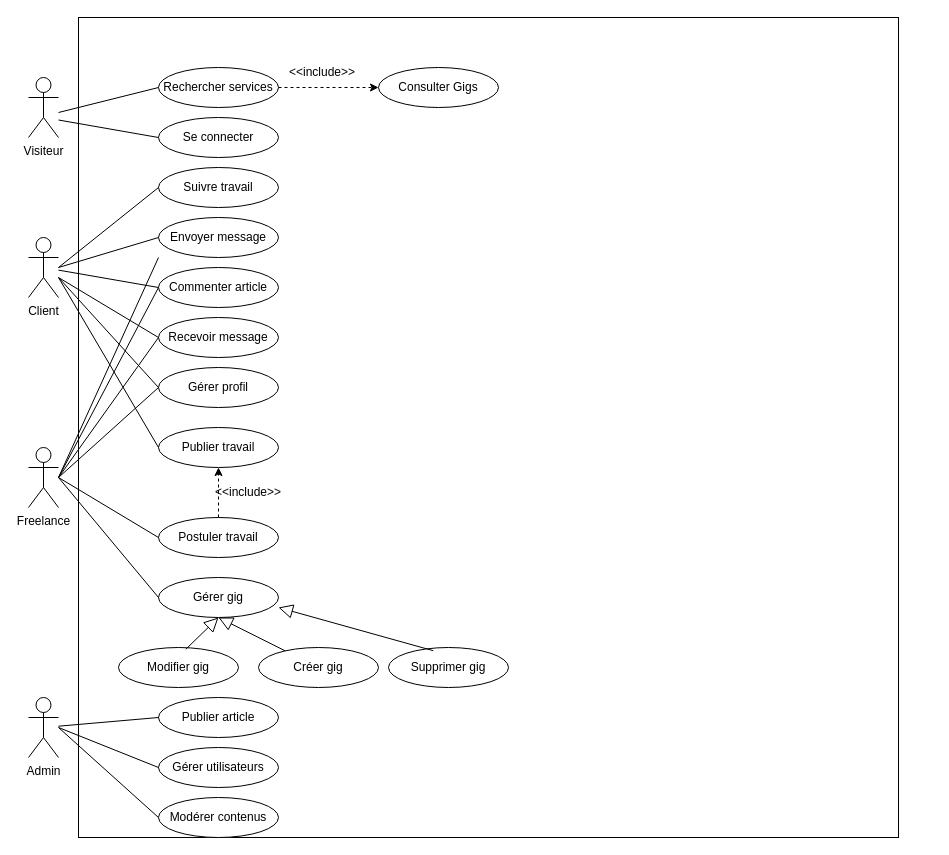
yassigh/app-e-commerce keeps this draw.io diagram as Diagramme sans nom.drawio. Above is the earlier version. Source tidied: cells renumbered, new cells numbered last; positions are measured from the earlier drawing's top-left corner, leaving out a move shared by most shapes. Both pictures are drawn from the tidied source at 100%, with x=0, y=0 at pixel (28, 17).
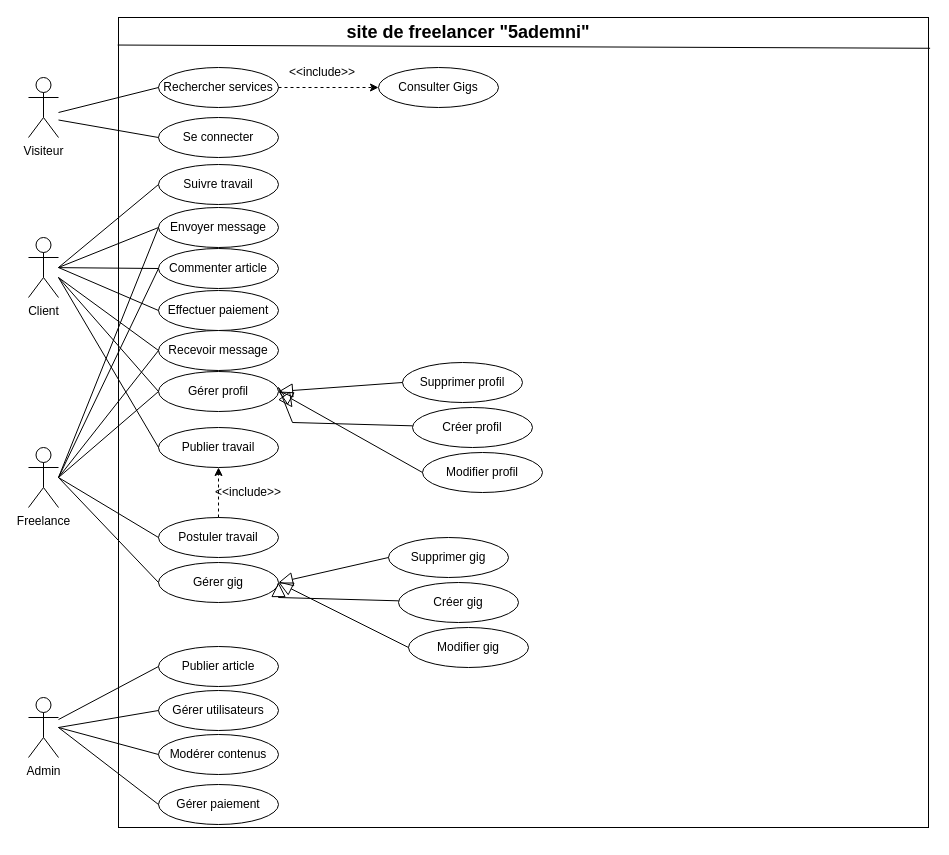
Above is the later version.

Commit message:
Mettre à jour Diagramme sans nom.drawio

The edit, as a diff of the source:
```diff
@@
     <mxCell id="4" style="whiteSpace=wrap;html=1;" parent="1" vertex="1">
-      <mxGeometry x="50" width="820" height="820" as="geometry" />
+      <mxGeometry x="90" width="810" height="810" as="geometry" />
     </mxCell>
@@
     <mxCell id="7" value="Commenter article" style="ellipse;whiteSpace=wrap;html=1;" parent="1" vertex="1">
-      <mxGeometry x="130" y="250" width="120" height="40" as="geometry" />
+      <mxGeometry x="130" y="231" width="120" height="40" as="geometry" />
     </mxCell>
@@
     <mxCell id="10" value="Gérer profil" style="ellipse;whiteSpace=wrap;html=1;" parent="1" vertex="1">
-      <mxGeometry x="130" y="350" width="120" height="40" as="geometry" />
+      <mxGeometry x="130" y="354" width="120" height="40" as="geometry" />
     </mxCell>
     <mxCell id="11" value="Envoyer message" style="ellipse;whiteSpace=wrap;html=1;" parent="1" vertex="1">
-      <mxGeometry x="130" y="200" width="120" height="40" as="geometry" />
+      <mxGeometry x="130" y="190" width="120" height="40" as="geometry" />
     </mxCell>
     <mxCell id="12" value="Suivre travail" style="ellipse;whiteSpace=wrap;html=1;" parent="1" vertex="1">
-      <mxGeometry x="130" y="150" width="120" height="40" as="geometry" />
+      <mxGeometry x="130" y="147" width="120" height="40" as="geometry" />
     </mxCell>
@@
     <mxCell id="17" value="Recevoir message" style="ellipse;whiteSpace=wrap;html=1;" parent="1" vertex="1">
-      <mxGeometry x="130" y="300" width="120" height="40" as="geometry" />
+      <mxGeometry x="130" y="313" width="120" height="40" as="geometry" />
     </mxCell>
     <mxCell id="18" value="Gérer utilisateurs" style="ellipse;whiteSpace=wrap;html=1;" parent="1" vertex="1">
-      <mxGeometry x="130" y="730" width="120" height="40" as="geometry" />
+      <mxGeometry x="130" y="673" width="120" height="40" as="geometry" />
     </mxCell>
     <mxCell id="19" value="Publier article" style="ellipse;whiteSpace=wrap;html=1;" parent="1" vertex="1">
-      <mxGeometry x="130" y="680" width="120" height="40" as="geometry" />
+      <mxGeometry x="130" y="629" width="120" height="40" as="geometry" />
     </mxCell>
     <mxCell id="20" value="Modifier gig" style="ellipse;whiteSpace=wrap;html=1;" parent="1" vertex="1">
-      <mxGeometry x="90" y="630" width="120" height="40" as="geometry" />
+      <mxGeometry x="380" y="610" width="120" height="40" as="geometry" />
     </mxCell>
     <mxCell id="21" value="Gérer gig" style="ellipse;whiteSpace=wrap;html=1;" parent="1" vertex="1">
-      <mxGeometry x="130" y="560" width="120" height="40" as="geometry" />
+      <mxGeometry x="130" y="545" width="120" height="40" as="geometry" />
     </mxCell>
     <mxCell id="22" value="Créer gig" style="ellipse;whiteSpace=wrap;html=1;" parent="1" vertex="1">
-      <mxGeometry x="230" y="630" width="120" height="40" as="geometry" />
+      <mxGeometry x="370" y="565" width="120" height="40" as="geometry" />
     </mxCell>
     <mxCell id="23" value="Supprimer gig" style="ellipse;whiteSpace=wrap;html=1;" parent="1" vertex="1">
-      <mxGeometry x="360" y="630" width="120" height="40" as="geometry" />
+      <mxGeometry x="360" y="520" width="120" height="40" as="geometry" />
     </mxCell>
     <mxCell id="24" value="Modérer contenus" style="ellipse;whiteSpace=wrap;html=1;" parent="1" vertex="1">
-      <mxGeometry x="130" y="780" width="120" height="40" as="geometry" />
+      <mxGeometry x="130" y="717" width="120" height="40" as="geometry" />
     </mxCell>
@@
-    <mxCell id="36" style="endArrow=block;endFill=0;endSize=12;html=1;rounded=0;exitX=0.561;exitY=0.043;exitDx=0;exitDy=0;exitPerimeter=0;entryX=0.5;entryY=1;entryDx=0;entryDy=0;" parent="1" edge="1" source="20" target="21">
+    <mxCell id="36" style="endArrow=block;endFill=0;endSize=12;html=1;rounded=0;exitX=0;exitY=0.5;exitDx=0;exitDy=0;entryX=1;entryY=0.5;entryDx=0;entryDy=0;" parent="1" edge="1" source="20" target="21">
       <mxGeometry relative="1" as="geometry" />
     </mxCell>
-    <mxCell id="37" style="endArrow=block;endFill=0;endSize=12;html=1;rounded=0;entryX=0.5;entryY=1;entryDx=0;entryDy=0;" parent="1" edge="1" source="22" target="21">
-      <mxGeometry relative="1" as="geometry" />
+    <mxCell id="37" style="endArrow=block;endFill=0;endSize=12;html=1;rounded=0;entryX=1;entryY=0.5;entryDx=0;entryDy=0;" parent="1" edge="1" source="22" target="21">
+      <mxGeometry relative="1" as="geometry">
+        <Array as="points">
+          <mxPoint x="250" y="580" />
+        </Array>
+      </mxGeometry>
     </mxCell>
-    <mxCell id="38" style="endArrow=block;endFill=0;endSize=12;html=1;rounded=0;entryX=1;entryY=0.75;entryDx=0;entryDy=0;entryPerimeter=0;exitX=0.373;exitY=0.08;exitDx=0;exitDy=0;exitPerimeter=0;" parent="1" edge="1" source="23" target="21">
+    <mxCell id="38" style="endArrow=block;endFill=0;endSize=12;html=1;rounded=0;entryX=1;entryY=0.5;entryDx=0;entryDy=0;exitX=0;exitY=0.5;exitDx=0;exitDy=0;" parent="1" edge="1" source="23" target="21">
       <mxGeometry relative="1" as="geometry" />
     </mxCell>
@@
-    <mxCell id="44" style="endArrow=none;html=1;rounded=0;" parent="1" edge="1">
+    <mxCell id="44" style="endArrow=none;html=1;rounded=0;entryX=0;entryY=0.5;entryDx=0;entryDy=0;" parent="1" edge="1" target="11">
       <mxGeometry relative="1" as="geometry">
         <mxPoint x="30" y="460" as="sourcePoint" />
-        <mxPoint x="130" y="240" as="targetPoint" />
       </mxGeometry>
     </mxCell>
@@
+    <mxCell id="48" style="endArrow=none;html=1;rounded=0;exitX=-0.001;exitY=0.034;exitDx=0;exitDy=0;exitPerimeter=0;entryX=1.002;entryY=0.038;entryDx=0;entryDy=0;entryPerimeter=0;" parent="1" edge="1" source="4" target="4">
+      <mxGeometry relative="1" as="geometry" />
+    </mxCell>
+    <mxCell id="49" value="&lt;b&gt;&lt;font style=&quot;font-size: 18px;&quot;&gt;site de freelancer &quot;5ademni&quot;&lt;/font&gt;&lt;/b&gt;" style="text;html=1;whiteSpace=wrap;strokeColor=none;fillColor=none;align=center;verticalAlign=middle;rounded=0;" parent="1" vertex="1">
+      <mxGeometry x="235" width="410" height="30" as="geometry" />
+    </mxCell>
+    <mxCell id="50" value="Effectuer paiement" style="ellipse;whiteSpace=wrap;html=1;" parent="1" vertex="1">
+      <mxGeometry x="130" y="273" width="120" height="40" as="geometry" />
+    </mxCell>
+    <mxCell id="51" value="Gérer paiement" style="ellipse;whiteSpace=wrap;html=1;" parent="1" vertex="1">
+      <mxGeometry x="130" y="767" width="120" height="40" as="geometry" />
+    </mxCell>
+    <mxCell id="52" style="endArrow=none;html=1;rounded=0;entryX=0;entryY=0.5;entryDx=0;entryDy=0;" parent="1" edge="1" target="51">
+      <mxGeometry relative="1" as="geometry">
+        <mxPoint x="30" y="710" as="sourcePoint" />
+      </mxGeometry>
+    </mxCell>
+    <mxCell id="53" value="Modifier profil" style="ellipse;whiteSpace=wrap;html=1;" parent="1" vertex="1">
+      <mxGeometry x="394" y="435" width="120" height="40" as="geometry" />
+    </mxCell>
+    <mxCell id="54" value="Créer profil" style="ellipse;whiteSpace=wrap;html=1;" parent="1" vertex="1">
+      <mxGeometry x="384" y="390" width="120" height="40" as="geometry" />
+    </mxCell>
+    <mxCell id="55" value="Supprimer profil" style="ellipse;whiteSpace=wrap;html=1;" parent="1" vertex="1">
+      <mxGeometry x="374" y="345" width="120" height="40" as="geometry" />
+    </mxCell>
+    <mxCell id="56" style="endArrow=block;endFill=0;endSize=12;html=1;rounded=0;exitX=0;exitY=0.5;exitDx=0;exitDy=0;entryX=1;entryY=0.5;entryDx=0;entryDy=0;" parent="1" edge="1" source="53" target="10">
+      <mxGeometry relative="1" as="geometry" />
+    </mxCell>
+    <mxCell id="57" style="endArrow=block;endFill=0;endSize=12;html=1;rounded=0;entryX=1;entryY=0.5;entryDx=0;entryDy=0;" parent="1" edge="1" source="54">
+      <mxGeometry relative="1" as="geometry">
+        <mxPoint x="264" y="390" as="targetPoint" />
+        <Array as="points">
+          <mxPoint x="264" y="405" />
+          <mxPoint x="250" y="370" />
+        </Array>
+      </mxGeometry>
+    </mxCell>
+    <mxCell id="58" style="endArrow=block;endFill=0;endSize=12;html=1;rounded=0;entryX=1;entryY=0.5;entryDx=0;entryDy=0;exitX=0;exitY=0.5;exitDx=0;exitDy=0;" parent="1" edge="1" source="55" target="10">
+      <mxGeometry relative="1" as="geometry" />
+    </mxCell>
+    <mxCell id="59" style="endArrow=none;html=1;rounded=0;entryX=0;entryY=0.5;entryDx=0;entryDy=0;" parent="1" edge="1" target="50">
+      <mxGeometry relative="1" as="geometry">
+        <mxPoint x="30" y="250" as="sourcePoint" />
+      </mxGeometry>
+    </mxCell>
```
